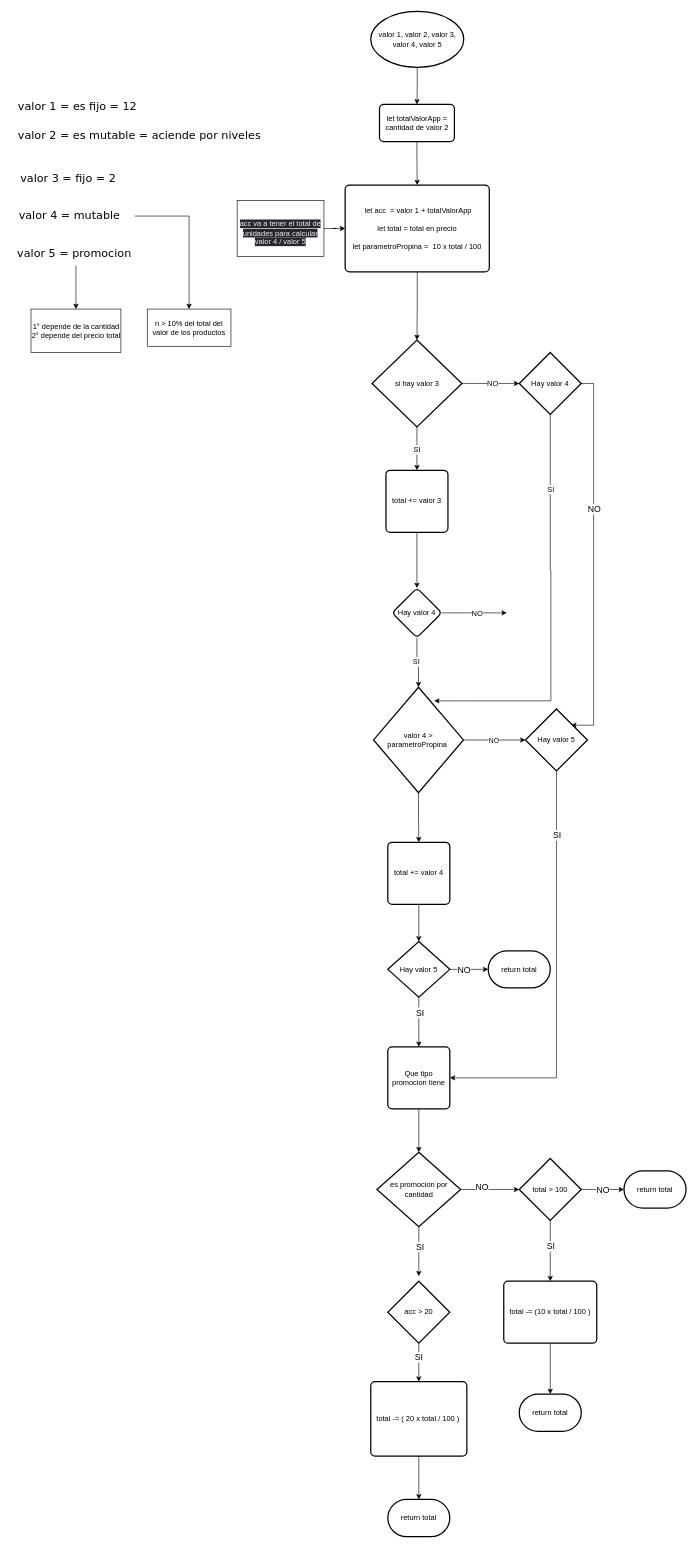
The draw.io diagram Diagrama de challenge ruby.drawio in gablon29/challenge_vxf, before the edit. Source tidied: cells renumbered, new cells numbered last; positions are measured from the earlier drawing's top-left corner, leaving out a move shared by most shapes. Both pictures are drawn from the tidied source at 62%, with x=0, y=0 at pixel (11, 11).
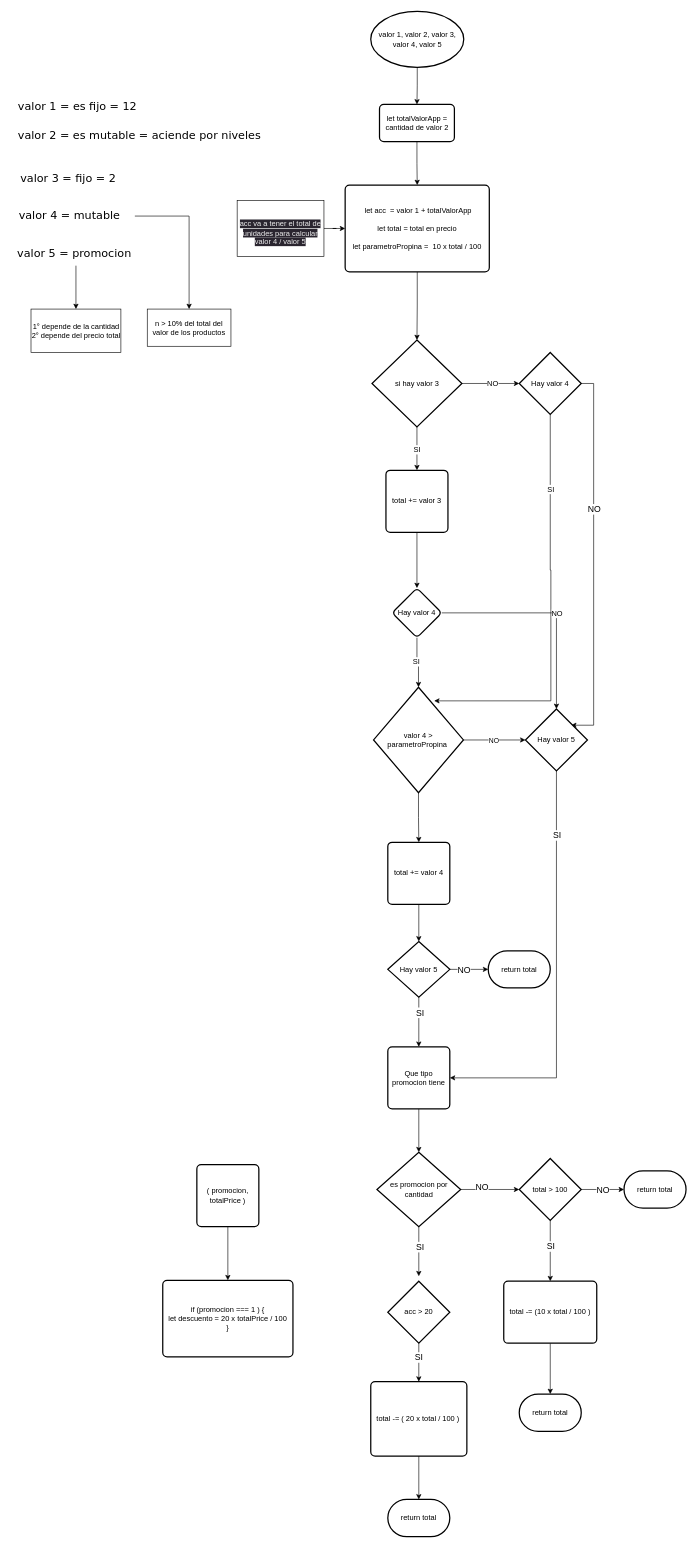
Above is the later version.

Commit message (it also covers changes not shown here):
finish the problem

Unchanged cells that the change refers to:
```xml
<mxCell id="33" value="Hay valor 4" style="rhombus;whiteSpace=wrap;html=1;rounded=1;arcSize=14;strokeWidth=2;" parent="1" vertex="1">
  <mxGeometry x="615" y="930" width="80" height="80" as="geometry" />
</mxCell>
<mxCell id="42" value="Hay valor 5" style="strokeWidth=2;html=1;shape=mxgraph.flowchart.decision;whiteSpace=wrap;" parent="1" vertex="1">
  <mxGeometry x="830" y="1125" width="100" height="100" as="geometry" />
</mxCell>
```

The edit, as a diff of the source:
```diff
@@
-    <mxCell id="29" style="edgeStyle=orthogonalEdgeStyle;rounded=0;jettySize=auto;html=1;" parent="1" edge="1" source="33">
-      <mxGeometry relative="1" as="geometry">
-        <mxPoint x="800" y="970" as="targetPoint" />
-      </mxGeometry>
+    <mxCell id="29" style="edgeStyle=orthogonalEdgeStyle;rounded=0;jettySize=auto;html=1;entryX=0.5;entryY=0;entryDx=0;entryDy=0;entryPerimeter=0;" parent="1" edge="1" source="33" target="42">
+      <mxGeometry relative="1" as="geometry" />
     </mxCell>
@@
+    <mxCell id="73" style="edgeStyle=none;html=1;entryX=0.5;entryY=0;entryDx=0;entryDy=0;" parent="1" edge="1" source="74" target="75">
+      <mxGeometry relative="1" as="geometry" />
+    </mxCell>
+    <mxCell id="74" value="( promocion, totalPrice )" style="rounded=1;whiteSpace=wrap;html=1;absoluteArcSize=1;arcSize=14;strokeWidth=2;" parent="1" vertex="1">
+      <mxGeometry x="300" y="1860" width="100" height="100" as="geometry" />
+    </mxCell>
+    <mxCell id="75" value="if (promocion === 1 ) { &lt;br&gt;let descuento = 20 x totalPrice / 100&lt;br&gt;}" style="rounded=1;whiteSpace=wrap;html=1;absoluteArcSize=1;arcSize=14;strokeWidth=2;" parent="1" vertex="1">
+      <mxGeometry x="245" y="2046.5" width="210" height="123.5" as="geometry" />
+    </mxCell>
```
